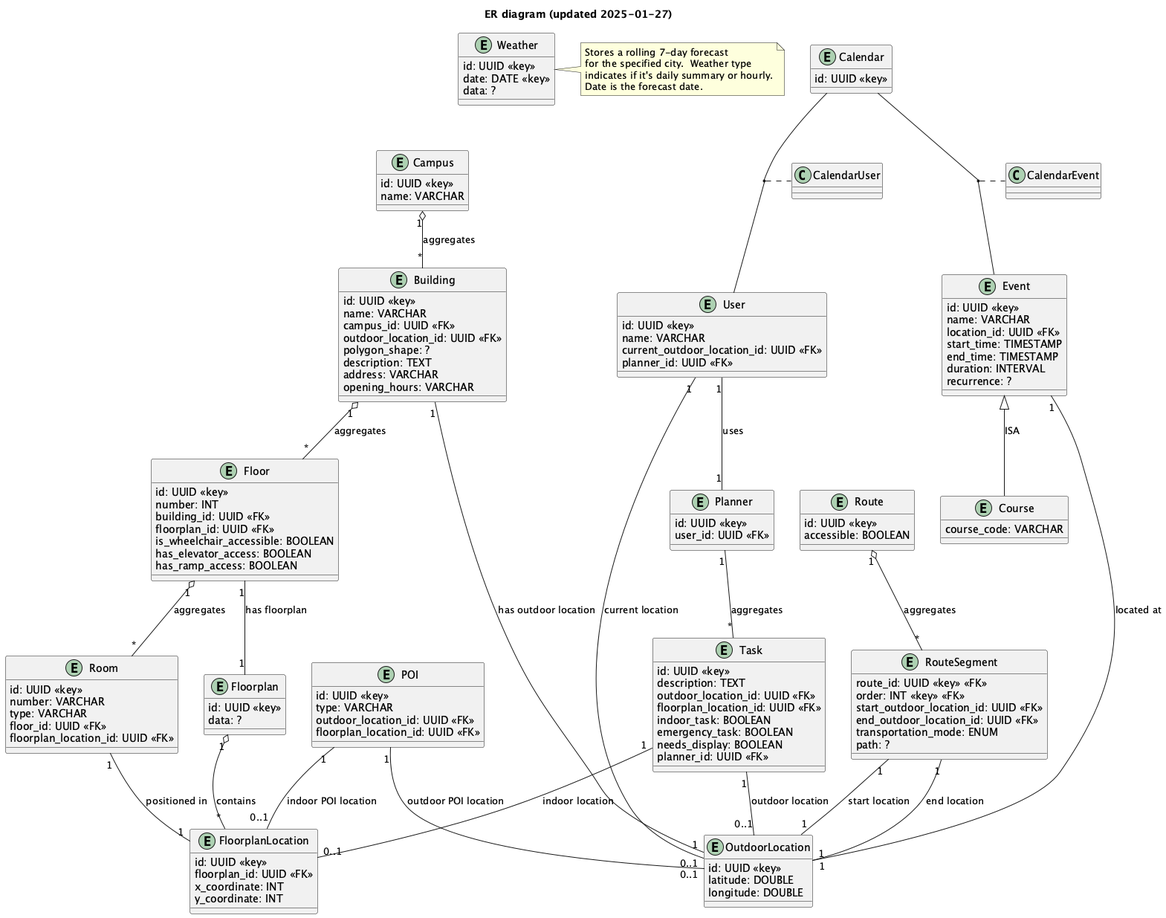
Before: System-Diagrams/ERD.png, a diagram exported from PlantUML (AsifAliKhan2001/Minicap).
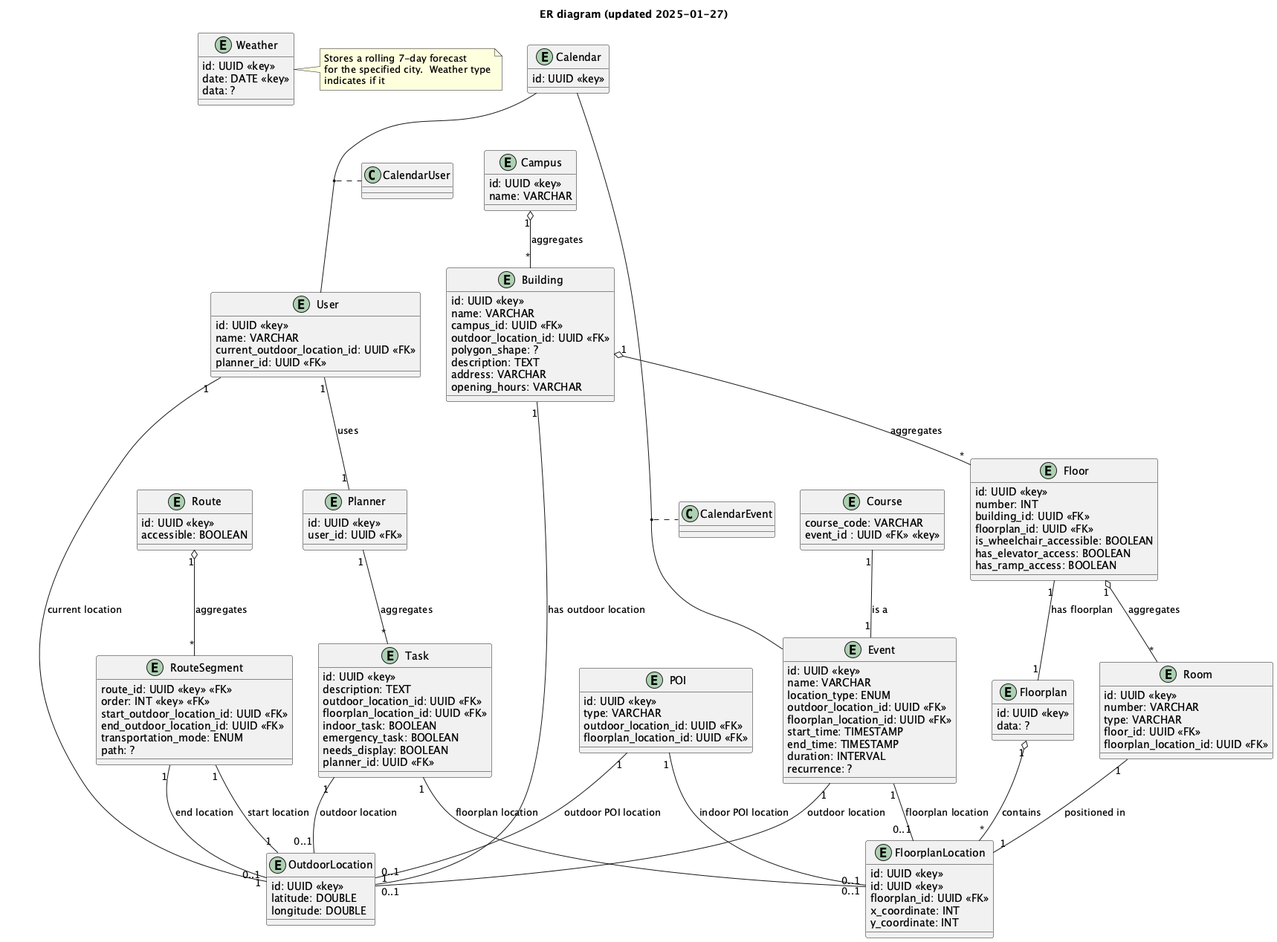
The same file after the commit.

Commit message:
refactored location for reusability

What changed in the source:
```diff
@@ -1,6 +1,7 @@
 @startuml
 
 title ER diagram (updated 2025-01-27)
+
 
 entity "User" as User {
     id: UUID <<key>>
@@ -11,13 +12,16 @@
 
 entity "Calendar" as Calendar {
     id: UUID <<key>>
+
 }
 
 
 entity "Event" as Event {
     id: UUID <<key>>
     name: VARCHAR
-    location_id: UUID <<FK>>
+    location_type: ENUM
+    outdoor_location_id: UUID <<FK>>
+    floorplan_location_id: UUID <<FK>>
     start_time: TIMESTAMP
     end_time: TIMESTAMP
     duration: INTERVAL
@@ -26,6 +30,7 @@
 
 entity "Course" as Course {
     course_code: VARCHAR
+    event_id : UUID <<FK>> <<key>>
 }
 
 entity "Task" as Task {
@@ -42,12 +47,21 @@
 entity "Planner" as Planner {
     id: UUID <<key>>
     user_id: UUID <<FK>>
+
 }
 
 entity "OutdoorLocation" as OutdoorLocation {
     id: UUID <<key>>
     latitude: DOUBLE
     longitude: DOUBLE
+}
+
+entity "FloorplanLocation" as FloorplanLocation {
+    id: UUID <<key>>
+    id: UUID <<key>>
+    floorplan_id: UUID <<FK>>
+    x_coordinate: INT
+    y_coordinate: INT
 }
 
 entity "Route" as Route {
@@ -104,12 +118,6 @@
     data: ?
 }
 
-entity "FloorplanLocation" as FloorplanLocation {
-    id: UUID <<key>>
-    floorplan_id: UUID <<FK>>
-    x_coordinate: INT
-    y_coordinate: INT
-}
 
 entity "POI" as POI {
     id: UUID <<key>>
@@ -123,7 +131,8 @@
     date: DATE <<key>>
     data: ?
 }
-note right of Weather: Stores a rolling 7-day forecast\nfor the specified city.  Weather type\nindicates if it's daily summary or hourly.\nDate is the forecast date.
+note right of Weather: Stores a rolling 7-day forecast\nfor the specified city.  Weather type\nindicates if it
+
 
 
 
@@ -132,13 +141,15 @@
 
 (Calendar, Event) .. CalendarEvent
 (Calendar, User) .. CalendarUser
-Event <|-- Course  : "ISA"
+Course "1" -- "1" Event : "is a"
 
 Planner "1" -- "*" Task : "aggregates"
 
-Event "1" -- "1" OutdoorLocation : "located at"
+Event "1" -- "0..1" OutdoorLocation : "outdoor location"
+Event "1" -- "0..1" FloorplanLocation : "floorplan location"
+
 Task "1" -- "0..1" OutdoorLocation : "outdoor location"
-Task "1" -- "0..1" FloorplanLocation : "indoor location"
+Task "1" -- "0..1" FloorplanLocation : "floorplan location"
 
 Route "1" o-- "*" RouteSegment : aggregates
 RouteSegment "1" -- "1" OutdoorLocation : "start location"
```
